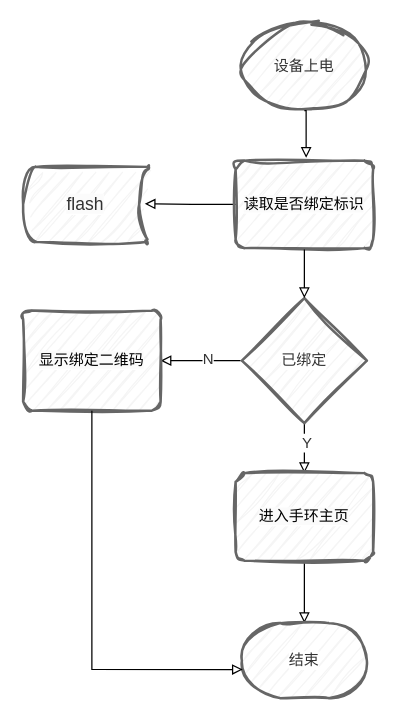
Above: 流程图-手环.drawio in nayouzhenai/java_web (draw.io), before the change. Source tidied: cells renumbered, new cells numbered last; positions are measured from the earlier drawing's top-left corner, leaving out a move shared by most shapes. Both pictures are drawn from the tidied source at 125%, with x=0, y=0 at pixel (22, 22).
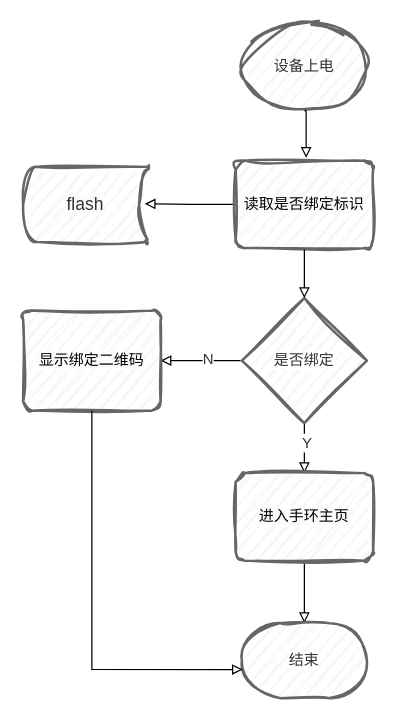
Above is the later version.

Commit message:
更新流程图-手环.drawio

The edit, as a diff of the source:
```diff
@@
 <mxGraphModel>
   <root>
     <mxCell id="0" />
     <mxCell id="1" parent="0" />
     <mxCell id="2" value="设备上电" style="strokeWidth=2;html=1;shape=mxgraph.flowchart.start_2;whiteSpace=wrap;rounded=1;shadow=0;glass=0;sketch=1;jiggle=2;curveFitting=1;align=center;verticalAlign=middle;fontFamily=Helvetica;fontSize=12;fillColor=#f5f5f5;fontColor=#333333;strokeColor=#666666;" parent="1" vertex="1">
       <mxGeometry x="175" width="100" height="70" as="geometry" />
     </mxCell>
     <mxCell id="3" style="edgeStyle=orthogonalEdgeStyle;rounded=0;jettySize=auto;html=1;exitX=0.5;exitY=1;exitDx=0;exitDy=0;exitPerimeter=0;entryX=0.513;entryY=-0.032;entryDx=0;entryDy=0;entryPerimeter=0;fontFamily=Helvetica;fontSize=12;fontColor=#333333;targetPerimeterSpacing=1;sourcePerimeterSpacing=1;endArrow=block;endFill=0;" parent="1" edge="1" source="2" target="6">
       <mxGeometry relative="1" as="geometry" />
     </mxCell>
     <mxCell id="4" style="edgeStyle=orthogonalEdgeStyle;rounded=0;jettySize=auto;html=1;entryX=0.973;entryY=0.493;entryDx=0;entryDy=0;entryPerimeter=0;fontFamily=Helvetica;fontSize=12;fontColor=#333333;exitX=0;exitY=0.5;exitDx=0;exitDy=0;endArrow=block;endFill=0;" parent="1" edge="1" source="6" target="5">
       <mxGeometry relative="1" as="geometry" />
     </mxCell>
     <mxCell id="5" value="&lt;span style=&quot;font-family: Calibri; font-size: 14px; background-color: rgb(251, 251, 251);&quot;&gt;flash&lt;/span&gt;" style="strokeWidth=2;html=1;shape=mxgraph.flowchart.stored_data;whiteSpace=wrap;rounded=1;shadow=0;glass=0;sketch=1;jiggle=2;curveFitting=1;strokeColor=#666666;align=center;verticalAlign=middle;fontFamily=Helvetica;fontSize=12;fontColor=#333333;labelBackgroundColor=default;fillColor=#f5f5f5;" parent="1" vertex="1">
       <mxGeometry y="115" width="100" height="60" as="geometry" />
     </mxCell>
     <mxCell id="6" value="&lt;span style=&quot;color: rgb(0, 0, 0); background-color: rgb(251, 251, 251);&quot;&gt;读取是否绑定标识&lt;/span&gt;" style="rounded=1;whiteSpace=wrap;html=1;absoluteArcSize=1;arcSize=14;strokeWidth=2;shadow=0;glass=0;sketch=1;jiggle=2;curveFitting=1;strokeColor=#666666;align=center;verticalAlign=middle;fontFamily=Helvetica;fontSize=12;fontColor=#333333;labelBackgroundColor=default;fillColor=#f5f5f5;" parent="1" vertex="1">
       <mxGeometry x="170" y="110" width="110" height="70" as="geometry" />
     </mxCell>
     <mxCell id="7" style="edgeStyle=orthogonalEdgeStyle;rounded=0;jettySize=auto;html=1;exitX=0.5;exitY=1;exitDx=0;exitDy=0;exitPerimeter=0;strokeColor=default;align=center;verticalAlign=middle;fontFamily=Helvetica;fontSize=12;fontColor=#333333;labelBackgroundColor=default;endArrow=block;endFill=0;sourcePerimeterSpacing=1;targetPerimeterSpacing=1;entryX=0.5;entryY=0;entryDx=0;entryDy=0;" parent="1" edge="1" source="11" target="14">
       <mxGeometry relative="1" as="geometry" />
     </mxCell>
     <mxCell id="8" value="Y" style="edgeLabel;html=1;align=center;verticalAlign=middle;rounded=1;shadow=0;glass=0;sketch=1;jiggle=2;curveFitting=1;strokeColor=#666666;strokeWidth=2;fontFamily=Helvetica;fontSize=12;fontColor=#333333;labelBackgroundColor=default;fillColor=#f5f5f5;" parent="7" vertex="1">
       <mxGeometry x="-0.26" y="1" relative="1" as="geometry" />
     </mxCell>
     <mxCell id="9" style="edgeStyle=orthogonalEdgeStyle;rounded=0;jettySize=auto;html=1;strokeColor=default;align=center;verticalAlign=middle;fontFamily=Helvetica;fontSize=12;fontColor=#333333;labelBackgroundColor=default;endArrow=block;endFill=0;sourcePerimeterSpacing=1;targetPerimeterSpacing=1;entryX=1;entryY=0.5;entryDx=0;entryDy=0;" parent="1" edge="1" source="11" target="16">
       <mxGeometry relative="1" as="geometry" />
     </mxCell>
     <mxCell id="10" value="N" style="edgeLabel;html=1;align=center;verticalAlign=middle;rounded=1;shadow=0;glass=0;sketch=1;jiggle=2;curveFitting=1;strokeColor=#666666;strokeWidth=2;fontFamily=Helvetica;fontSize=12;fontColor=#333333;labelBackgroundColor=default;fillColor=#f5f5f5;" parent="9" vertex="1">
       <mxGeometry x="-0.16" y="-2" relative="1" as="geometry" />
     </mxCell>
-    <mxCell id="11" value="已绑定" style="strokeWidth=2;html=1;shape=mxgraph.flowchart.decision;whiteSpace=wrap;rounded=1;shadow=0;glass=0;sketch=1;jiggle=2;curveFitting=1;strokeColor=#666666;align=center;verticalAlign=middle;fontFamily=Helvetica;fontSize=12;fontColor=#333333;labelBackgroundColor=default;fillColor=#f5f5f5;" parent="1" vertex="1">
+    <mxCell id="11" value="是否绑定" style="strokeWidth=2;html=1;shape=mxgraph.flowchart.decision;whiteSpace=wrap;rounded=1;shadow=0;glass=0;sketch=1;jiggle=2;curveFitting=1;strokeColor=#666666;align=center;verticalAlign=middle;fontFamily=Helvetica;fontSize=12;fontColor=#333333;labelBackgroundColor=default;fillColor=#f5f5f5;" parent="1" vertex="1">
       <mxGeometry x="175" y="220" width="100" height="100" as="geometry" />
     </mxCell>
     <mxCell id="12" style="edgeStyle=orthogonalEdgeStyle;rounded=0;jettySize=auto;html=1;entryX=0.5;entryY=0;entryDx=0;entryDy=0;entryPerimeter=0;strokeColor=default;align=center;verticalAlign=middle;fontFamily=Helvetica;fontSize=12;fontColor=#333333;labelBackgroundColor=default;endArrow=block;endFill=0;sourcePerimeterSpacing=1;targetPerimeterSpacing=1;" parent="1" edge="1" source="6" target="11">
       <mxGeometry relative="1" as="geometry" />
     </mxCell>
     <mxCell id="13" style="edgeStyle=orthogonalEdgeStyle;rounded=0;jettySize=auto;html=1;exitX=0.5;exitY=1;exitDx=0;exitDy=0;strokeColor=default;align=center;verticalAlign=middle;fontFamily=Helvetica;fontSize=12;fontColor=#333333;labelBackgroundColor=default;endArrow=block;endFill=0;sourcePerimeterSpacing=1;targetPerimeterSpacing=1;entryX=0.5;entryY=0;entryDx=0;entryDy=0;entryPerimeter=0;" parent="1" edge="1" source="14" target="15">
       <mxGeometry relative="1" as="geometry" />
     </mxCell>
     <mxCell id="14" value="&lt;font color=&quot;#000000&quot;&gt;&lt;span style=&quot;background-color: rgb(251, 251, 251);&quot;&gt;进入手环主页&lt;/span&gt;&lt;/font&gt;" style="rounded=1;whiteSpace=wrap;html=1;absoluteArcSize=1;arcSize=14;strokeWidth=2;shadow=0;glass=0;sketch=1;jiggle=2;curveFitting=1;strokeColor=#666666;align=center;verticalAlign=middle;fontFamily=Helvetica;fontSize=12;fontColor=#333333;labelBackgroundColor=default;fillColor=#f5f5f5;" parent="1" vertex="1">
       <mxGeometry x="170" y="360" width="110" height="70" as="geometry" />
     </mxCell>
     <mxCell id="15" value="结束" style="strokeWidth=2;html=1;shape=mxgraph.flowchart.terminator;whiteSpace=wrap;rounded=1;shadow=0;glass=0;sketch=1;jiggle=2;curveFitting=1;strokeColor=#666666;align=center;verticalAlign=middle;fontFamily=Helvetica;fontSize=12;fontColor=#333333;labelBackgroundColor=default;fillColor=#f5f5f5;" parent="1" vertex="1">
       <mxGeometry x="175" y="480" width="100" height="60" as="geometry" />
     </mxCell>
     <mxCell id="16" value="&lt;font color=&quot;#000000&quot;&gt;&lt;span style=&quot;background-color: rgb(251, 251, 251);&quot;&gt;显示绑定二维码&lt;/span&gt;&lt;/font&gt;" style="rounded=1;whiteSpace=wrap;html=1;absoluteArcSize=1;arcSize=14;strokeWidth=2;shadow=0;glass=0;sketch=1;jiggle=2;curveFitting=1;strokeColor=#666666;align=center;verticalAlign=middle;fontFamily=Helvetica;fontSize=12;fontColor=#333333;labelBackgroundColor=default;fillColor=#f5f5f5;" parent="1" vertex="1">
       <mxGeometry y="230" width="110" height="80" as="geometry" />
     </mxCell>
     <mxCell id="17" style="edgeStyle=orthogonalEdgeStyle;rounded=0;jettySize=auto;html=1;exitX=0.5;exitY=1;exitDx=0;exitDy=0;entryX=0.007;entryY=0.619;entryDx=0;entryDy=0;entryPerimeter=0;strokeColor=default;align=center;verticalAlign=middle;fontFamily=Helvetica;fontSize=12;fontColor=#333333;labelBackgroundColor=default;endArrow=block;endFill=0;sourcePerimeterSpacing=1;targetPerimeterSpacing=1;" parent="1" edge="1" source="16" target="15">
       <mxGeometry relative="1" as="geometry" />
     </mxCell>
   </root>
 </mxGraphModel>
```
